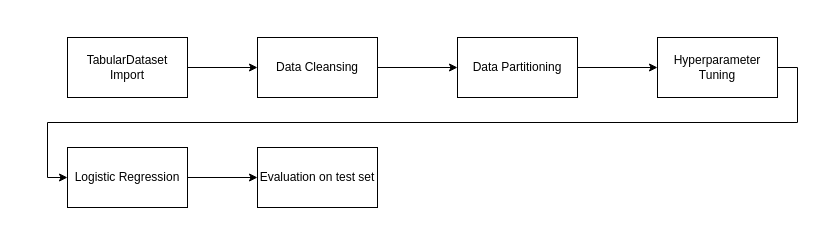
Above: Pipeline_MLProject1.drawio in martinwilk/nd00333_AZMLND_Optimizing_a_Pipeline_in_Azure-Starter_Files (draw.io), before the change. Source tidied: cells renumbered, new cells numbered last; positions are measured from the earlier drawing's top-left corner, leaving out a move shared by most shapes. Both pictures are drawn from the tidied source at 100%, with x=0, y=0 at pixel (67, 37).
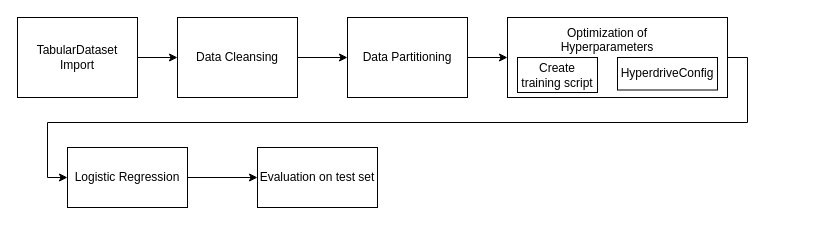
The same diagram, later.

Change to the diagram source:
```diff
@@
 <mxGraphModel>
   <root>
     <mxCell id="0" />
     <mxCell id="1" parent="0" />
     <mxCell id="2" style="edgeStyle=orthogonalEdgeStyle;rounded=0;jettySize=auto;html=1;" parent="1" edge="1" source="3" target="5">
       <mxGeometry relative="1" as="geometry" />
     </mxCell>
     <mxCell id="3" value="&lt;div&gt;TabularDataset&lt;/div&gt;&lt;div&gt;Import&lt;br&gt;&lt;/div&gt;" style="rounded=0;whiteSpace=wrap;html=1;" parent="1" vertex="1">
-      <mxGeometry width="120" height="60" as="geometry" />
+      <mxGeometry x="-50" y="-20" width="120" height="80" as="geometry" />
     </mxCell>
     <mxCell id="4" style="edgeStyle=orthogonalEdgeStyle;rounded=0;jettySize=auto;html=1;" parent="1" edge="1" source="5" target="12">
       <mxGeometry relative="1" as="geometry" />
     </mxCell>
     <mxCell id="5" value="Data Cleansing" style="rounded=0;whiteSpace=wrap;html=1;" parent="1" vertex="1">
-      <mxGeometry x="190" width="120" height="60" as="geometry" />
+      <mxGeometry x="110" y="-20" width="120" height="80" as="geometry" />
     </mxCell>
     <mxCell id="6" style="edgeStyle=orthogonalEdgeStyle;rounded=0;jettySize=auto;html=1;exitX=1;exitY=0.5;exitDx=0;exitDy=0;entryX=0;entryY=0.5;entryDx=0;entryDy=0;" parent="1" edge="1" source="7" target="9">
       <mxGeometry relative="1" as="geometry" />
     </mxCell>
-    <mxCell id="7" value="&lt;div&gt;Hyperparameter&lt;/div&gt;&lt;div&gt;Tuning&lt;br&gt;&lt;/div&gt;" style="rounded=0;whiteSpace=wrap;html=1;" parent="1" vertex="1">
-      <mxGeometry x="590" width="120" height="60" as="geometry" />
+    <mxCell id="7" style="rounded=0;whiteSpace=wrap;html=1;" parent="1" vertex="1">
+      <mxGeometry x="440" y="-20" width="220" height="80" as="geometry" />
     </mxCell>
     <mxCell id="8" style="edgeStyle=orthogonalEdgeStyle;rounded=0;jettySize=auto;html=1;" parent="1" edge="1" source="9" target="10">
       <mxGeometry relative="1" as="geometry" />
     </mxCell>
     <mxCell id="9" value="Logistic Regression" style="rounded=0;whiteSpace=wrap;html=1;" parent="1" vertex="1">
       <mxGeometry y="110" width="120" height="60" as="geometry" />
     </mxCell>
     <mxCell id="10" value="Evaluation on test set" style="rounded=0;whiteSpace=wrap;html=1;" parent="1" vertex="1">
       <mxGeometry x="190" y="110" width="120" height="60" as="geometry" />
     </mxCell>
     <mxCell id="11" style="edgeStyle=orthogonalEdgeStyle;rounded=0;jettySize=auto;html=1;" parent="1" edge="1" source="12" target="7">
       <mxGeometry relative="1" as="geometry" />
     </mxCell>
     <mxCell id="12" value="Data Partitioning" style="rounded=0;whiteSpace=wrap;html=1;" parent="1" vertex="1">
-      <mxGeometry x="390" width="120" height="60" as="geometry" />
+      <mxGeometry x="280" y="-20" width="120" height="80" as="geometry" />
     </mxCell>
+    <mxCell id="13" value="Create training script" style="rounded=0;whiteSpace=wrap;html=1;" parent="1" vertex="1">
+      <mxGeometry x="450" y="20" width="80" height="35" as="geometry" />
+    </mxCell>
+    <mxCell id="14" value="HyperdriveConfig" style="rounded=0;whiteSpace=wrap;html=1;" parent="1" vertex="1">
+      <mxGeometry x="550" y="20" width="100" height="32.5" as="geometry" />
+    </mxCell>
+    <mxCell id="15" value="&lt;div&gt;Optimization of Hyperparameters&lt;/div&gt;&lt;div&gt;&lt;br&gt;&lt;/div&gt;" style="text;html=1;strokeColor=none;fillColor=none;align=center;verticalAlign=middle;whiteSpace=wrap;rounded=0;" parent="1" vertex="1">
+      <mxGeometry x="520" width="40" height="20" as="geometry" />
+    </mxCell>
   </root>
 </mxGraphModel>
```
